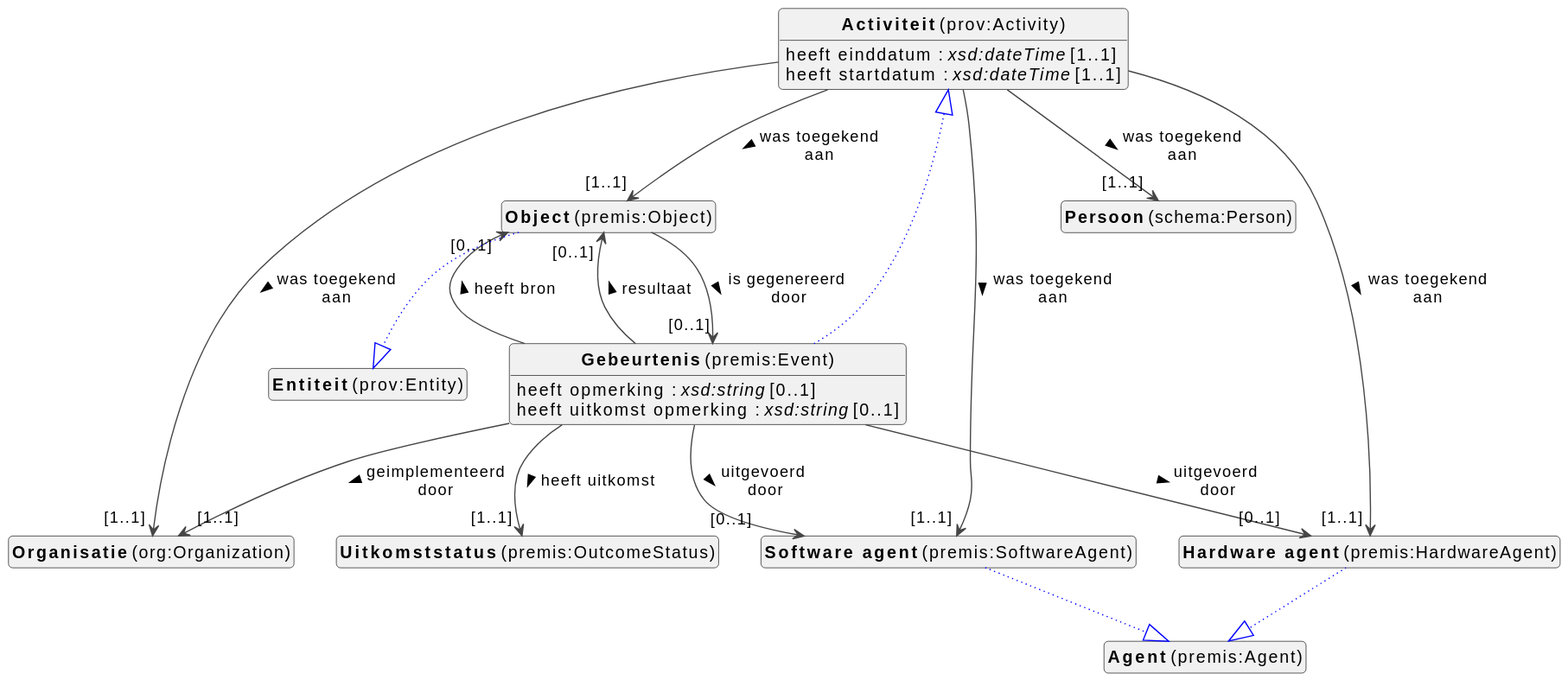
This is docs/metadata/modellen/events-diagram.svg from viaacode/documentation-jekyll, a PlantUML export, as it was before one commit.
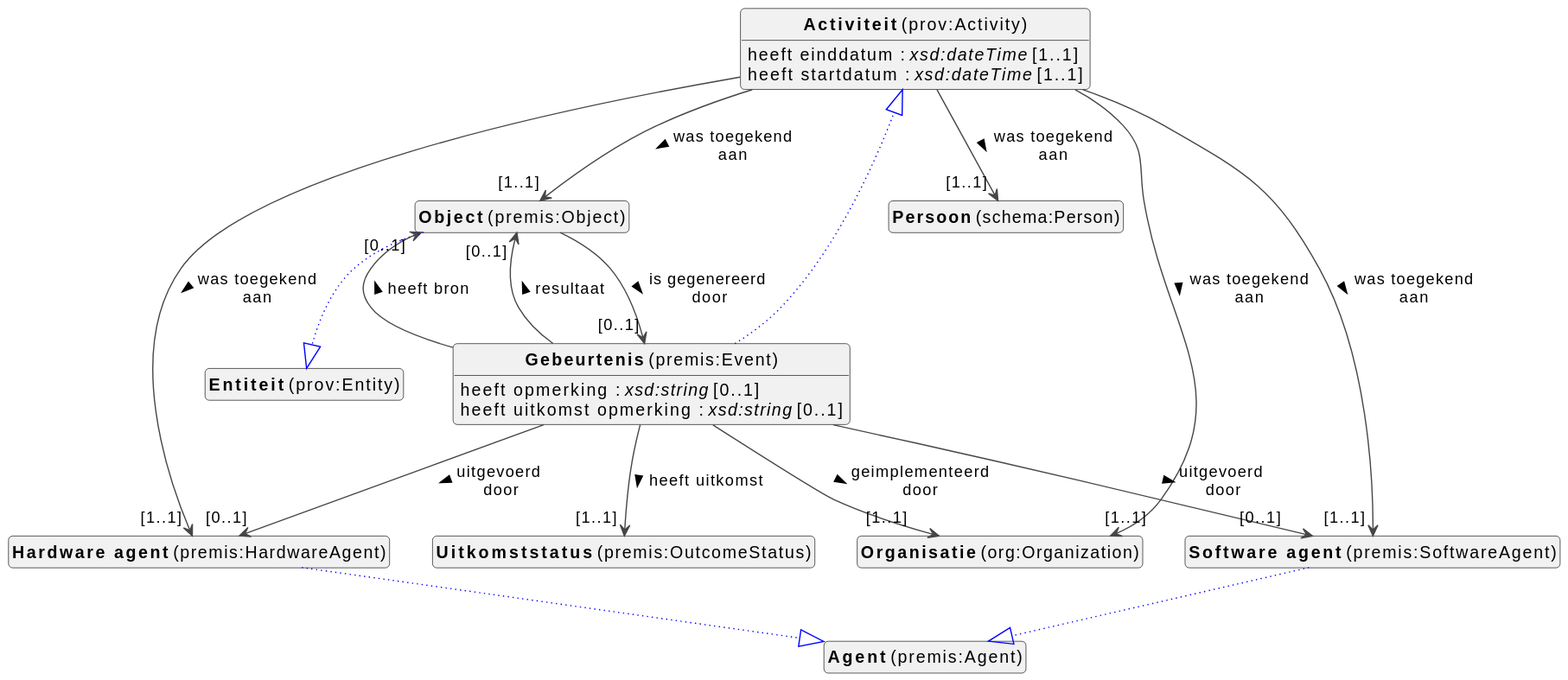
Later version of the same file.

The edit, as a diff of the source:
```diff
@@ -13,13 +13,13 @@
 class "<b>Activiteit</b> (prov:Activity)" as prov_Activity [[#prov%3AActivity]]
 class "<b>Object</b> (premis:Object)" as premis_Object [[#premis%3AObject]]
 class "<b>Entiteit</b> (prov:Entity)" as prov_Entity [[#prov%3AEntity]]
-class "<b>Organisatie</b> (org:Organization)" as org_Organization [[#org%3AOrganization]]
 class "<b>Hardware agent</b> (premis:HardwareAgent)" as premis_HardwareAgent [[#premis%3AHardwareAgent]]
 class "<b>Agent</b> (premis:Agent)" as premis_Agent [[#premis%3AAgent]]
-class "<b>Uitkomststatus</b> (premis:OutcomeStatus)" as premis_OutcomeStatus [[#premis%3AOutcomeStatus]]
 class "<b>Software agent</b> (premis:SoftwareAgent)" as premis_SoftwareAgent [[#premis%3ASoftwareAgent]]
 class "<b>Agent</b> (premis:Agent)" as premis_Agent [[#premis%3AAgent]]
 class "<b>Persoon</b> (schema:Person)" as schema_Person [[#schema%3APerson]]
+class "<b>Uitkomststatus</b> (premis:OutcomeStatus)" as premis_OutcomeStatus [[#premis%3AOutcomeStatus]]
+class "<b>Organisatie</b> (org:Organization)" as org_Organization [[#org%3AOrganization]]
 
 
 prov_Activity : heeft einddatum : <i>xsd:dateTime</i> [1..1]
@@ -57,14 +57,14 @@
 
 premis_Object --> "[0..1]" premis_Event : is gegenereerd door >
 
+premis_HardwareAgent --|> premis_Agent #blue;line.dotted;text:blue
 
 
-premis_HardwareAgent --|> premis_Agent #blue;line.dotted;text:blue
+premis_SoftwareAgent --|> premis_Agent #blue;line.dotted;text:blue
 
 
 
 
-premis_SoftwareAgent --|> premis_Agent #blue;line.dotted;text:blue
 
 
 
```
